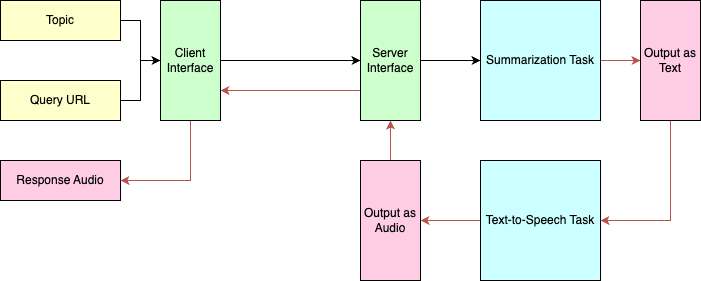
Earlier version of the draw.io export design/phase1_system_design.png (agoel2012/abridge_me). Source tidied: cells renumbered, new cells last; positions are measured from the earlier drawing's top-left corner, leaving out a move shared by most shapes.
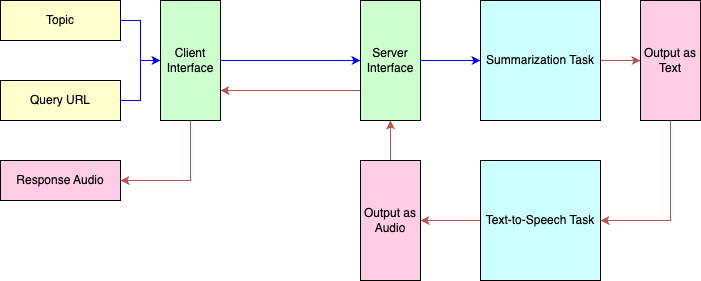
The same diagram one commit later.

Commit message:
Update arrow colors

Diff of the diagram source:
```diff
@@ -2,19 +2,19 @@
   <root>
     <mxCell id="0" />
     <mxCell id="1" parent="0" />
-    <mxCell id="2" style="edgeStyle=orthogonalEdgeStyle;rounded=0;jettySize=auto;html=1;exitX=1;exitY=0.5;exitDx=0;exitDy=0;entryX=0;entryY=0.5;entryDx=0;entryDy=0;" parent="1" edge="1" source="3" target="8">
+    <mxCell id="2" style="edgeStyle=orthogonalEdgeStyle;rounded=0;jettySize=auto;html=1;exitX=1;exitY=0.5;exitDx=0;exitDy=0;entryX=0;entryY=0.5;entryDx=0;entryDy=0;strokeColor=#0000FF;" parent="1" edge="1" source="3" target="8">
       <mxGeometry relative="1" as="geometry" />
     </mxCell>
     <mxCell id="3" value="Topic" style="rounded=0;whiteSpace=wrap;html=1;fillColor=#FFFFCC;" parent="1" vertex="1">
       <mxGeometry width="120" height="40" as="geometry" />
     </mxCell>
-    <mxCell id="4" style="edgeStyle=orthogonalEdgeStyle;rounded=0;jettySize=auto;html=1;" parent="1" edge="1" source="5" target="8">
+    <mxCell id="4" style="edgeStyle=orthogonalEdgeStyle;rounded=0;jettySize=auto;html=1;strokeColor=#0000FF;" parent="1" edge="1" source="5" target="8">
       <mxGeometry relative="1" as="geometry" />
     </mxCell>
     <mxCell id="5" value="Query URL" style="rounded=0;whiteSpace=wrap;html=1;fillColor=#FFFFCC;" parent="1" vertex="1">
       <mxGeometry y="80" width="120" height="40" as="geometry" />
     </mxCell>
-    <mxCell id="6" style="edgeStyle=orthogonalEdgeStyle;rounded=0;jettySize=auto;html=1;exitX=1;exitY=0.5;exitDx=0;exitDy=0;entryX=0;entryY=0.5;entryDx=0;entryDy=0;" parent="1" edge="1" source="8" target="11">
+    <mxCell id="6" style="edgeStyle=orthogonalEdgeStyle;rounded=0;jettySize=auto;html=1;exitX=1;exitY=0.5;exitDx=0;exitDy=0;entryX=0;entryY=0.5;entryDx=0;entryDy=0;strokeColor=#0000FF;" parent="1" edge="1" source="8" target="11">
       <mxGeometry relative="1" as="geometry" />
     </mxCell>
     <mxCell id="7" style="edgeStyle=orthogonalEdgeStyle;rounded=0;jettySize=auto;html=1;exitX=0.5;exitY=1;exitDx=0;exitDy=0;entryX=1;entryY=0.5;entryDx=0;entryDy=0;fillColor=#f8cecc;strokeColor=#b85450;" parent="1" edge="1" source="8" target="20">
@@ -23,7 +23,7 @@
     <mxCell id="8" value="Client Interface" style="rounded=0;whiteSpace=wrap;html=1;fillColor=#CCFFCC;" parent="1" vertex="1">
       <mxGeometry x="160" width="60" height="120" as="geometry" />
     </mxCell>
-    <mxCell id="9" style="edgeStyle=orthogonalEdgeStyle;rounded=0;jettySize=auto;html=1;exitX=1;exitY=0.5;exitDx=0;exitDy=0;" parent="1" edge="1" source="11" target="13">
+    <mxCell id="9" style="edgeStyle=orthogonalEdgeStyle;rounded=0;jettySize=auto;html=1;exitX=1;exitY=0.5;exitDx=0;exitDy=0;strokeColor=#0000FF;" parent="1" edge="1" source="11" target="13">
       <mxGeometry relative="1" as="geometry" />
     </mxCell>
     <mxCell id="10" style="edgeStyle=orthogonalEdgeStyle;rounded=0;jettySize=auto;html=1;exitX=0;exitY=0.75;exitDx=0;exitDy=0;entryX=1;entryY=0.75;entryDx=0;entryDy=0;fillColor=#f8cecc;strokeColor=#b85450;" parent="1" edge="1" source="11" target="8">
```
